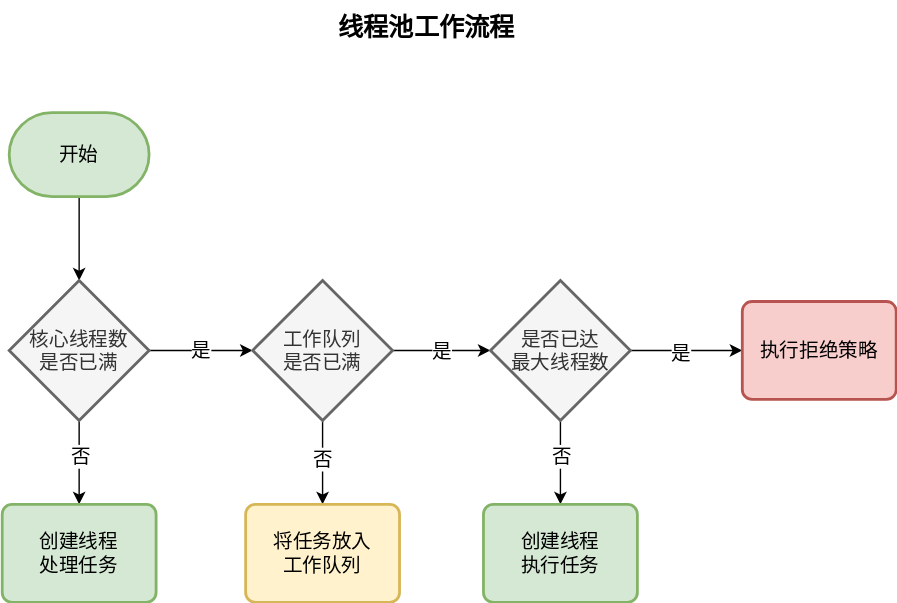
This is assets/drawio/线程池工作流程.svg from zhanjixun/zhanjixun.github.io, a draw.io export, as it was before one commit. Source tidied: cells renumbered, new cells last; positions are measured from the earlier drawing's top-left corner, leaving out a move shared by most shapes.
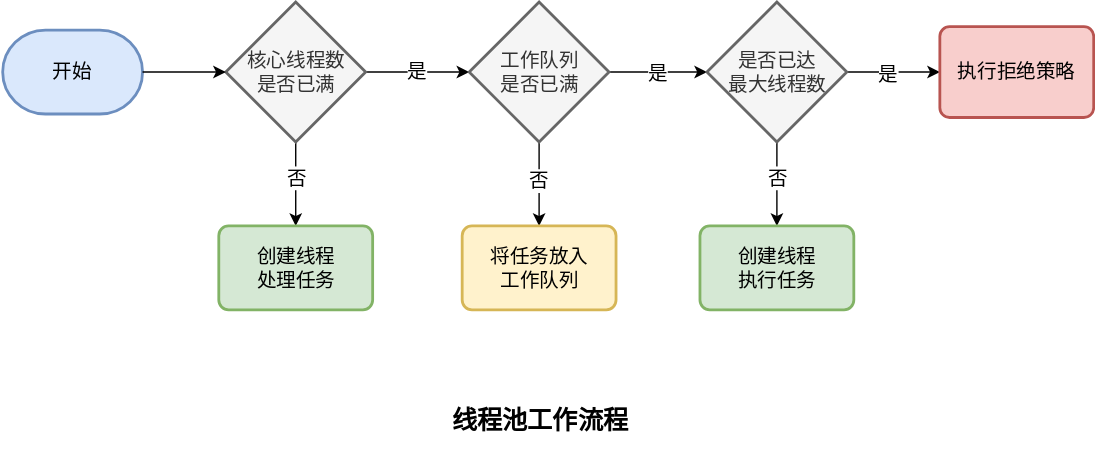
Above is the later version.

Change to the diagram source:
```diff
@@ -3,13 +3,10 @@
     <mxCell id="0" />
     <mxCell id="1" parent="0" />
     <mxCell id="2" value="线程池工作流程" style="text;html=1;align=center;verticalAlign=middle;strokeColor=none;fillColor=none;fontSize=18;fontStyle=1;" parent="1" vertex="1">
-      <mxGeometry x="228" width="150" height="40" as="geometry" />
+      <mxGeometry x="154" y="480" width="150" height="40" as="geometry" />
     </mxCell>
-    <mxCell id="3" style="edgeStyle=orthogonalEdgeStyle;rounded=0;jettySize=auto;html=1;entryX=0.5;entryY=0;entryDx=0;entryDy=0;entryPerimeter=0;fontSize=14;" parent="1" edge="1" source="4" target="9">
-      <mxGeometry relative="1" as="geometry" />
-    </mxCell>
-    <mxCell id="4" value="开始" style="strokeWidth=2;html=1;shape=mxgraph.flowchart.terminator;whiteSpace=wrap;fontSize=14;fillColor=#d5e8d4;strokeColor=#82b366;" parent="1" vertex="1">
-      <mxGeometry x="5" y="80" width="100" height="60" as="geometry" />
+    <mxCell id="4" value="开始" style="strokeWidth=2;html=1;shape=mxgraph.flowchart.terminator;whiteSpace=wrap;fontSize=14;fillColor=#dae8fc;strokeColor=#6c8ebf;" parent="1" vertex="1">
+      <mxGeometry x="-154.5" y="220" width="100" height="60" as="geometry" />
     </mxCell>
     <mxCell id="5" style="edgeStyle=orthogonalEdgeStyle;rounded=0;jettySize=auto;html=1;entryX=0;entryY=0.5;entryDx=0;entryDy=0;entryPerimeter=0;fontSize=14;" parent="1" edge="1" source="9" target="14">
       <mxGeometry relative="1" as="geometry" />
@@ -25,7 +22,7 @@
         <mxPoint x="2" as="offset" />
       </mxGeometry>
     </mxCell>
-    <mxCell id="9" value="核心线程数&lt;br style=&quot;font-size: 14px;&quot;&gt;是否已满" style="strokeWidth=2;html=1;shape=mxgraph.flowchart.decision;whiteSpace=wrap;fontSize=14;fillColor=#f5f5f5;fontColor=#333333;strokeColor=#666666;" parent="1" vertex="1">
+    <mxCell id="9" value="核心线程数&lt;br style=&quot;font-size: 14px;&quot;&gt;是否已满" style="strokeWidth=2;html=1;shape=mxgraph.flowchart.decision;whiteSpace=wrap;fontSize=14;fillColor=#f5f5f5;strokeColor=#666666;fontColor=#333333;" parent="1" vertex="1">
       <mxGeometry x="5" y="200" width="100" height="100" as="geometry" />
     </mxCell>
     <mxCell id="10" style="edgeStyle=orthogonalEdgeStyle;rounded=0;jettySize=auto;html=1;exitX=1;exitY=0.5;exitDx=0;exitDy=0;exitPerimeter=0;entryX=0;entryY=0.5;entryDx=0;entryDy=0;entryPerimeter=0;fontSize=14;" parent="1" edge="1" source="14" target="19">
@@ -61,16 +58,19 @@
       <mxGeometry x="349" y="200" width="100" height="100" as="geometry" />
     </mxCell>
     <mxCell id="20" value="创建线程&lt;br style=&quot;font-size: 14px;&quot;&gt;处理任务" style="rounded=1;whiteSpace=wrap;html=1;absoluteArcSize=1;arcSize=14;strokeWidth=2;fontSize=14;fillColor=#d5e8d4;strokeColor=#82b366;" parent="1" vertex="1">
-      <mxGeometry y="360" width="110" height="70" as="geometry" />
+      <mxGeometry y="360" width="110" height="60" as="geometry" />
     </mxCell>
     <mxCell id="21" value="将任务放入&lt;br style=&quot;font-size: 14px;&quot;&gt;工作队列" style="rounded=1;whiteSpace=wrap;html=1;absoluteArcSize=1;arcSize=14;strokeWidth=2;fontSize=14;fillColor=#fff2cc;strokeColor=#d6b656;" parent="1" vertex="1">
-      <mxGeometry x="174" y="360" width="110" height="70" as="geometry" />
+      <mxGeometry x="174" y="360" width="110" height="60" as="geometry" />
     </mxCell>
     <mxCell id="22" value="创建线程&lt;br style=&quot;font-size: 14px;&quot;&gt;执行任务" style="rounded=1;whiteSpace=wrap;html=1;absoluteArcSize=1;arcSize=14;strokeWidth=2;fontSize=14;fillColor=#d5e8d4;strokeColor=#82b366;" parent="1" vertex="1">
-      <mxGeometry x="344" y="360" width="110" height="70" as="geometry" />
+      <mxGeometry x="344" y="360" width="110" height="60" as="geometry" />
     </mxCell>
     <mxCell id="23" value="执行拒绝策略" style="rounded=1;whiteSpace=wrap;html=1;absoluteArcSize=1;arcSize=14;strokeWidth=2;fontSize=14;fillColor=#f8cecc;strokeColor=#b85450;" parent="1" vertex="1">
-      <mxGeometry x="529" y="215" width="110" height="70" as="geometry" />
+      <mxGeometry x="515.5" y="217.5" width="110" height="65" as="geometry" />
     </mxCell>
+    <mxCell id="3" style="edgeStyle=orthogonalEdgeStyle;rounded=0;jettySize=auto;html=1;exitX=1;exitY=0.5;exitDx=0;exitDy=0;exitPerimeter=0;entryX=0;entryY=0.5;entryDx=0;entryDy=0;entryPerimeter=0;" parent="1" edge="1" source="4" target="9">
+      <mxGeometry relative="1" as="geometry" />
+    </mxCell>
   </root>
 </mxGraphModel>
```
